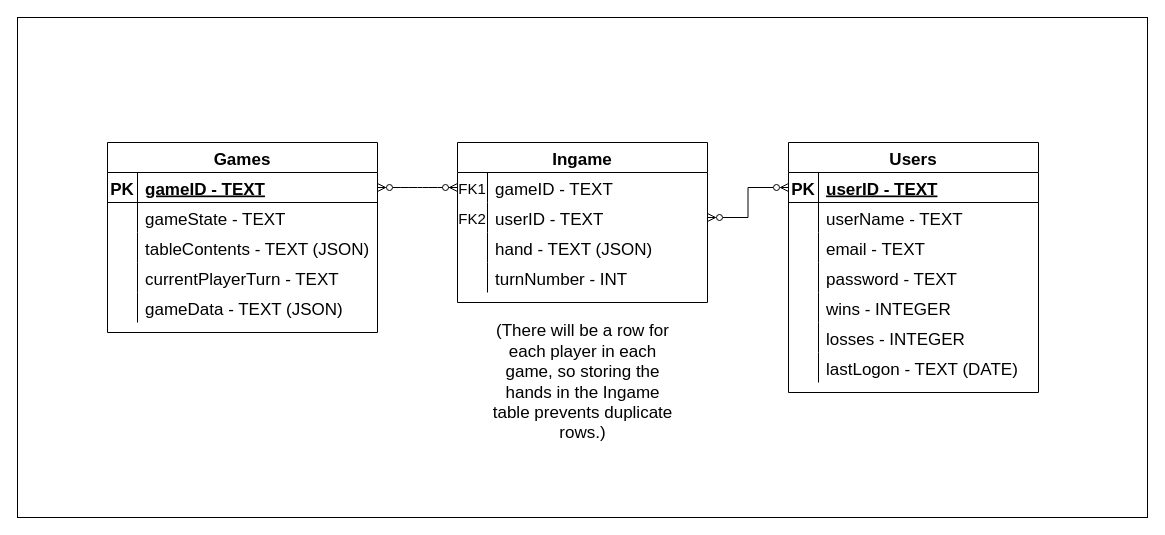
Earlier version of the draw.io diagram ER_Diagram_Drawio.drawio (wiz-rd/Rummikub). Source tidied: cells renumbered, new cells numbered last; positions are measured from the earlier drawing's top-left corner, leaving out a move shared by most shapes. Both pictures are drawn from the tidied source at 100%, with x=0, y=0 at pixel (17, 17).
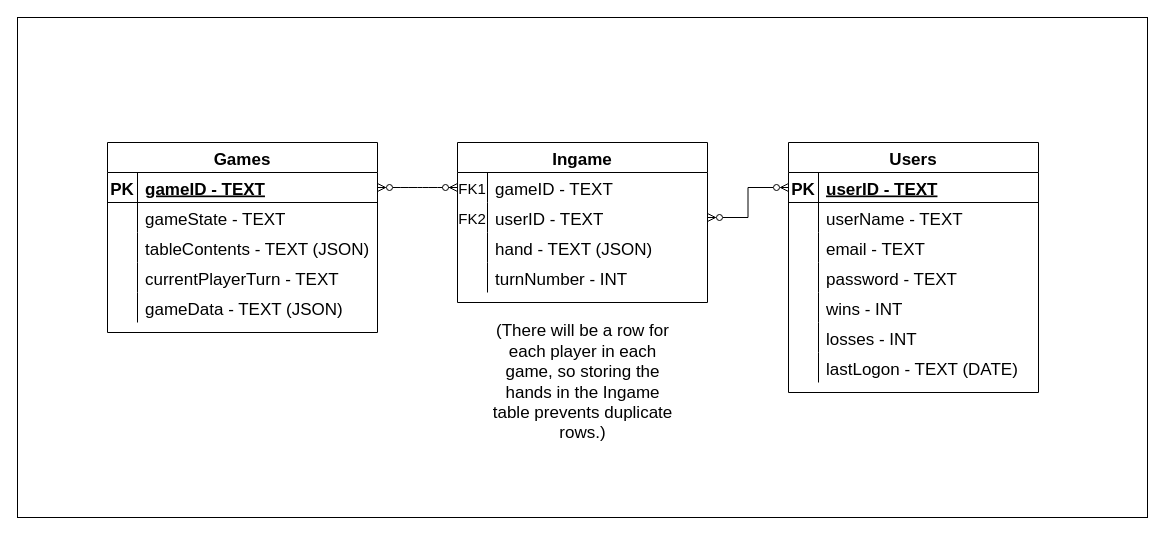
The same page after the edit.

The change refers to these unchanged cells:
```xml
<mxCell id="30" style="shape=partialRectangle;fillColor=none;top=0;left=0;right=0;bottom=0;fontSize=17;" parent="17" vertex="1">
  <mxGeometry y="150" width="250" height="30" as="geometry" />
</mxCell>
<mxCell id="33" style="shape=partialRectangle;fillColor=none;top=0;left=0;right=0;bottom=0;fontSize=17;" parent="17" vertex="1">
  <mxGeometry y="180" width="250" height="30" as="geometry" />
</mxCell>
```

What changed in the source:
```diff
@@
-    <mxCell id="32" value="wins - INTEGER" style="shape=partialRectangle;overflow=hidden;fillColor=none;top=0;left=0;bottom=0;right=0;align=left;spacingLeft=6;fontSize=17;" parent="30" vertex="1">
+    <mxCell id="32" value="wins - INT" style="shape=partialRectangle;overflow=hidden;fillColor=none;top=0;left=0;bottom=0;right=0;align=left;spacingLeft=6;fontSize=17;" parent="30" vertex="1">
       <mxGeometry x="30" width="220" height="30" as="geometry" />
     </mxCell>
@@
-    <mxCell id="35" value="losses - INTEGER" style="shape=partialRectangle;overflow=hidden;fillColor=none;top=0;left=0;bottom=0;right=0;align=left;spacingLeft=6;fontSize=17;" parent="33" vertex="1">
+    <mxCell id="35" value="losses - INT" style="shape=partialRectangle;overflow=hidden;fillColor=none;top=0;left=0;bottom=0;right=0;align=left;spacingLeft=6;fontSize=17;" parent="33" vertex="1">
       <mxGeometry x="30" width="220" height="30" as="geometry" />
     </mxCell>
```
